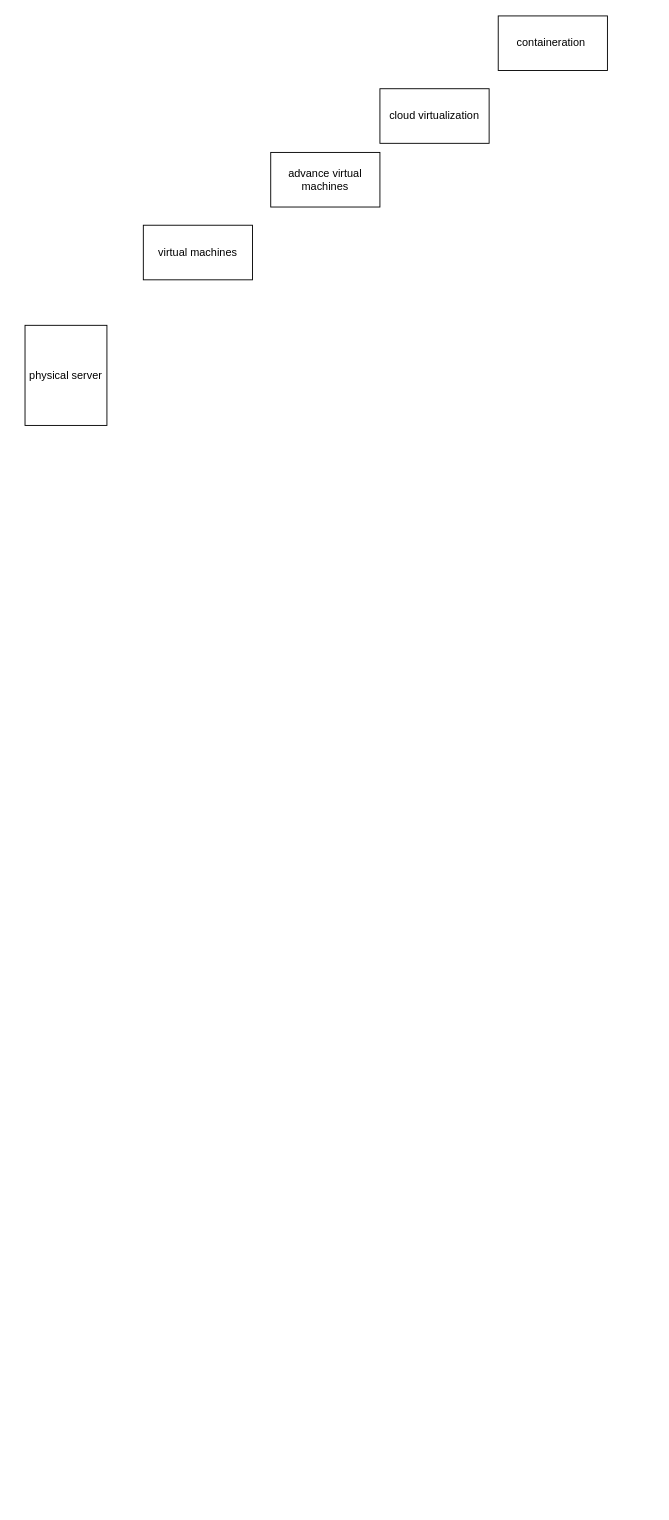
Before: devops_17Aug2022.drawio in gp-svc/draw_io, a draw.io diagram. Source tidied: cells renumbered, new cells numbered last; positions are measured from the earlier drawing's top-left corner, leaving out a move shared by most shapes. Both pictures are drawn from the tidied source at 91%, with x=0, y=0 at pixel (25, 15).
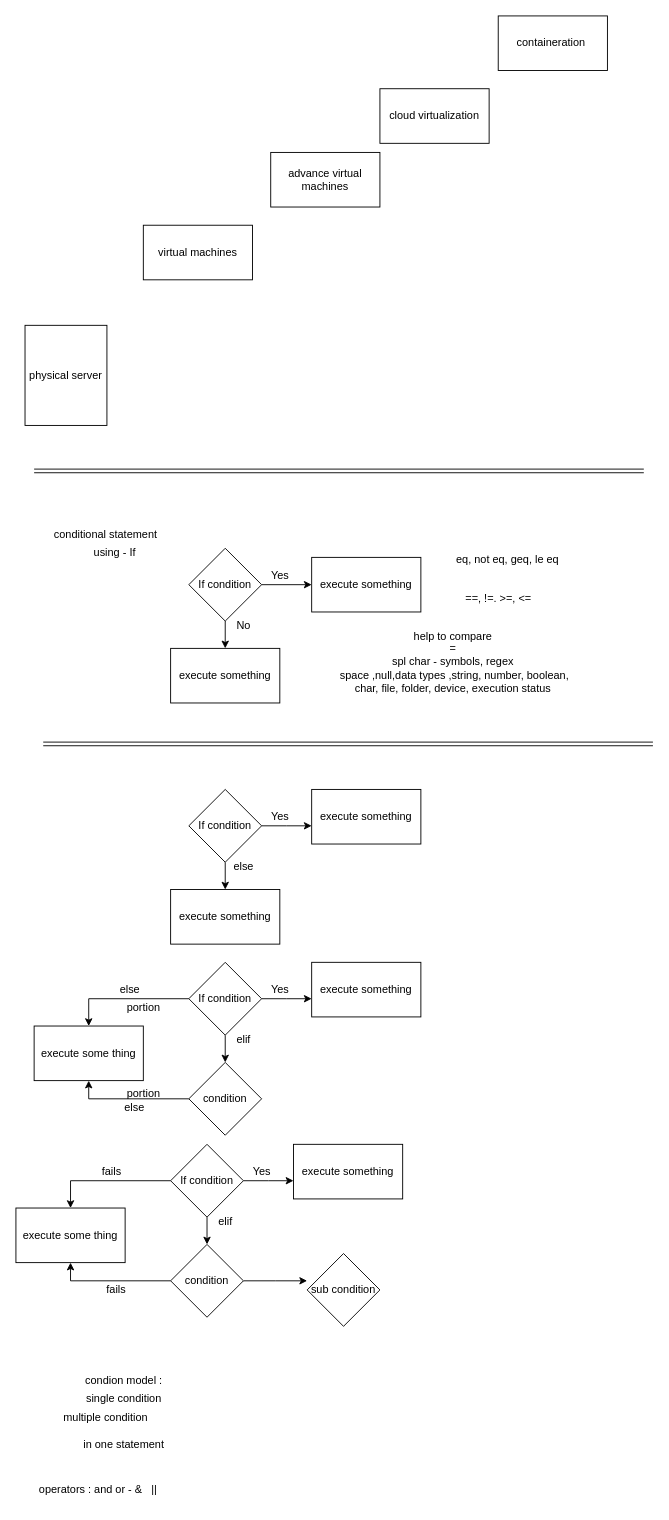
Above is the later version.

What changed in the source:
```diff
@@
+    <mxCell id="7" style="shape=link;html=1;rounded=0;" parent="1" edge="1">
+      <mxGeometry relative="1" as="geometry">
+        <mxPoint x="10" y="500" as="sourcePoint" />
+        <mxPoint x="680" y="500" as="targetPoint" />
+      </mxGeometry>
+    </mxCell>
+    <mxCell id="8" value="conditional statement&amp;nbsp;" style="text;html=1;align=center;verticalAlign=middle;strokeColor=none;fillColor=none;" parent="1" vertex="1">
+      <mxGeometry x="20" y="555" width="140" height="30" as="geometry" />
+    </mxCell>
+    <mxCell id="9" value="using - If&amp;nbsp;" style="text;html=1;align=center;verticalAlign=middle;strokeColor=none;fillColor=none;" parent="1" vertex="1">
+      <mxGeometry x="65" y="575" width="70" height="30" as="geometry" />
+    </mxCell>
+    <mxCell id="10" style="edgeStyle=orthogonalEdgeStyle;rounded=0;jettySize=auto;html=1;exitX=1;exitY=0.5;exitDx=0;exitDy=0;" parent="1" edge="1" source="12" target="14">
+      <mxGeometry relative="1" as="geometry" />
+    </mxCell>
+    <mxCell id="11" style="edgeStyle=orthogonalEdgeStyle;rounded=0;jettySize=auto;html=1;exitX=0.5;exitY=1;exitDx=0;exitDy=0;entryX=0.5;entryY=0;entryDx=0;entryDy=0;" parent="1" edge="1" source="12" target="13">
+      <mxGeometry relative="1" as="geometry" />
+    </mxCell>
+    <mxCell id="12" value="If condition" style="rhombus;whiteSpace=wrap;html=1;" parent="1" vertex="1">
+      <mxGeometry x="180" y="585" width="80" height="80" as="geometry" />
+    </mxCell>
+    <mxCell id="13" value="execute something" style="whiteSpace=wrap;html=1;" parent="1" vertex="1">
+      <mxGeometry x="160" y="695" width="120" height="60" as="geometry" />
+    </mxCell>
+    <mxCell id="14" value="execute something" style="whiteSpace=wrap;html=1;" parent="1" vertex="1">
+      <mxGeometry x="315" y="595" width="120" height="60" as="geometry" />
+    </mxCell>
+    <mxCell id="15" value="Yes" style="text;html=1;align=center;verticalAlign=middle;strokeColor=none;fillColor=none;" parent="1" vertex="1">
+      <mxGeometry x="260" y="600" width="40" height="30" as="geometry" />
+    </mxCell>
+    <mxCell id="16" value="No" style="text;html=1;align=center;verticalAlign=middle;strokeColor=none;fillColor=none;" parent="1" vertex="1">
+      <mxGeometry x="220" y="655" width="40" height="30" as="geometry" />
+    </mxCell>
+    <mxCell id="17" value="eq, not eq, geq, le eq&lt;br&gt;&lt;br&gt;" style="text;html=1;align=center;verticalAlign=middle;strokeColor=none;fillColor=none;" parent="1" vertex="1">
+      <mxGeometry x="460" y="585" width="140" height="40" as="geometry" />
+    </mxCell>
+    <mxCell id="18" value="==, !=. &amp;gt;=, &amp;lt;=" style="text;html=1;align=center;verticalAlign=middle;strokeColor=none;fillColor=none;" parent="1" vertex="1">
+      <mxGeometry x="470" y="625" width="100" height="30" as="geometry" />
+    </mxCell>
+    <mxCell id="19" value="help to compare &lt;br&gt;=&lt;br&gt;spl char - symbols, regex&lt;br&gt;&amp;nbsp;space ,null,data types ,string, number, boolean, &lt;br&gt;char, file, folder, device, execution status" style="text;html=1;align=center;verticalAlign=middle;strokeColor=none;fillColor=none;" parent="1" vertex="1">
+      <mxGeometry x="330" y="665" width="280" height="90" as="geometry" />
+    </mxCell>
+    <mxCell id="20" style="shape=link;html=1;rounded=0;" parent="1" edge="1">
+      <mxGeometry relative="1" as="geometry">
+        <mxPoint x="20" y="800" as="sourcePoint" />
+        <mxPoint x="690" y="800" as="targetPoint" />
+      </mxGeometry>
+    </mxCell>
+    <mxCell id="21" style="edgeStyle=orthogonalEdgeStyle;rounded=0;jettySize=auto;html=1;exitX=1;exitY=0.5;exitDx=0;exitDy=0;" parent="1" edge="1" source="23">
+      <mxGeometry relative="1" as="geometry">
+        <mxPoint x="315" y="890" as="targetPoint" />
+      </mxGeometry>
+    </mxCell>
+    <mxCell id="22" style="edgeStyle=orthogonalEdgeStyle;rounded=0;jettySize=auto;html=1;exitX=0.5;exitY=1;exitDx=0;exitDy=0;entryX=0.5;entryY=0;entryDx=0;entryDy=0;" parent="1" edge="1" source="23" target="24">
+      <mxGeometry relative="1" as="geometry" />
+    </mxCell>
+    <mxCell id="23" value="If condition" style="rhombus;whiteSpace=wrap;html=1;" parent="1" vertex="1">
+      <mxGeometry x="180" y="850" width="80" height="80" as="geometry" />
+    </mxCell>
+    <mxCell id="24" value="execute something" style="whiteSpace=wrap;html=1;" parent="1" vertex="1">
+      <mxGeometry x="160" y="960" width="120" height="60" as="geometry" />
+    </mxCell>
+    <mxCell id="25" value="Yes" style="text;html=1;align=center;verticalAlign=middle;strokeColor=none;fillColor=none;" parent="1" vertex="1">
+      <mxGeometry x="260" y="865" width="40" height="30" as="geometry" />
+    </mxCell>
+    <mxCell id="26" value="else" style="text;html=1;align=center;verticalAlign=middle;strokeColor=none;fillColor=none;" parent="1" vertex="1">
+      <mxGeometry x="215" y="920" width="50" height="30" as="geometry" />
+    </mxCell>
+    <mxCell id="27" value="execute something" style="whiteSpace=wrap;html=1;" parent="1" vertex="1">
+      <mxGeometry x="315" y="850" width="120" height="60" as="geometry" />
+    </mxCell>
+    <mxCell id="28" style="edgeStyle=orthogonalEdgeStyle;rounded=0;jettySize=auto;html=1;exitX=1;exitY=0.5;exitDx=0;exitDy=0;" parent="1" edge="1" source="31">
+      <mxGeometry relative="1" as="geometry">
+        <mxPoint x="315" y="1080" as="targetPoint" />
+      </mxGeometry>
+    </mxCell>
+    <mxCell id="29" style="edgeStyle=orthogonalEdgeStyle;rounded=0;jettySize=auto;html=1;exitX=0.5;exitY=1;exitDx=0;exitDy=0;entryX=0.5;entryY=0;entryDx=0;entryDy=0;" parent="1" edge="1" source="31">
+      <mxGeometry relative="1" as="geometry">
+        <mxPoint x="220" y="1150" as="targetPoint" />
+      </mxGeometry>
+    </mxCell>
+    <mxCell id="30" style="edgeStyle=orthogonalEdgeStyle;rounded=0;jettySize=auto;html=1;exitX=0;exitY=0.5;exitDx=0;exitDy=0;entryX=0.5;entryY=0;entryDx=0;entryDy=0;" parent="1" edge="1" source="31" target="37">
+      <mxGeometry relative="1" as="geometry" />
+    </mxCell>
+    <mxCell id="31" value="If condition" style="rhombus;whiteSpace=wrap;html=1;" parent="1" vertex="1">
+      <mxGeometry x="180" y="1040" width="80" height="80" as="geometry" />
+    </mxCell>
+    <mxCell id="32" value="Yes" style="text;html=1;align=center;verticalAlign=middle;strokeColor=none;fillColor=none;" parent="1" vertex="1">
+      <mxGeometry x="260" y="1055" width="40" height="30" as="geometry" />
+    </mxCell>
+    <mxCell id="33" value="elif" style="text;html=1;align=center;verticalAlign=middle;strokeColor=none;fillColor=none;" parent="1" vertex="1">
+      <mxGeometry x="220" y="1110" width="40" height="30" as="geometry" />
+    </mxCell>
+    <mxCell id="34" value="execute something" style="whiteSpace=wrap;html=1;" parent="1" vertex="1">
+      <mxGeometry x="315" y="1040" width="120" height="60" as="geometry" />
+    </mxCell>
+    <mxCell id="35" style="edgeStyle=orthogonalEdgeStyle;rounded=0;jettySize=auto;html=1;entryX=0.5;entryY=1;entryDx=0;entryDy=0;" parent="1" edge="1" source="36" target="37">
+      <mxGeometry relative="1" as="geometry" />
+    </mxCell>
+    <mxCell id="36" value="condition" style="rhombus;whiteSpace=wrap;html=1;" parent="1" vertex="1">
+      <mxGeometry x="180" y="1150" width="80" height="80" as="geometry" />
+    </mxCell>
+    <mxCell id="37" value="execute some thing" style="whiteSpace=wrap;html=1;" parent="1" vertex="1">
+      <mxGeometry x="10" y="1110" width="120" height="60" as="geometry" />
+    </mxCell>
+    <mxCell id="38" value="else" style="text;html=1;align=center;verticalAlign=middle;strokeColor=none;fillColor=none;" parent="1" vertex="1">
+      <mxGeometry x="90" y="1055" width="50" height="30" as="geometry" />
+    </mxCell>
+    <mxCell id="39" value="else" style="text;html=1;align=center;verticalAlign=middle;strokeColor=none;fillColor=none;" parent="1" vertex="1">
+      <mxGeometry x="95" y="1185" width="50" height="30" as="geometry" />
+    </mxCell>
+    <mxCell id="40" style="edgeStyle=orthogonalEdgeStyle;rounded=0;jettySize=auto;html=1;exitX=1;exitY=0.5;exitDx=0;exitDy=0;" parent="1" edge="1" source="43">
+      <mxGeometry relative="1" as="geometry">
+        <mxPoint x="295" y="1280" as="targetPoint" />
+      </mxGeometry>
+    </mxCell>
+    <mxCell id="41" style="edgeStyle=orthogonalEdgeStyle;rounded=0;jettySize=auto;html=1;exitX=0.5;exitY=1;exitDx=0;exitDy=0;entryX=0.5;entryY=0;entryDx=0;entryDy=0;" parent="1" edge="1" source="43">
+      <mxGeometry relative="1" as="geometry">
+        <mxPoint x="200" y="1350" as="targetPoint" />
+      </mxGeometry>
+    </mxCell>
+    <mxCell id="42" style="edgeStyle=orthogonalEdgeStyle;rounded=0;jettySize=auto;html=1;exitX=0;exitY=0.5;exitDx=0;exitDy=0;entryX=0.5;entryY=0;entryDx=0;entryDy=0;" parent="1" edge="1" source="43" target="50">
+      <mxGeometry relative="1" as="geometry" />
+    </mxCell>
+    <mxCell id="43" value="If condition" style="rhombus;whiteSpace=wrap;html=1;" parent="1" vertex="1">
+      <mxGeometry x="160" y="1240" width="80" height="80" as="geometry" />
+    </mxCell>
+    <mxCell id="44" value="Yes" style="text;html=1;align=center;verticalAlign=middle;strokeColor=none;fillColor=none;" parent="1" vertex="1">
+      <mxGeometry x="240" y="1255" width="40" height="30" as="geometry" />
+    </mxCell>
+    <mxCell id="45" value="elif" style="text;html=1;align=center;verticalAlign=middle;strokeColor=none;fillColor=none;" parent="1" vertex="1">
+      <mxGeometry x="200" y="1310" width="40" height="30" as="geometry" />
+    </mxCell>
+    <mxCell id="46" value="execute something" style="whiteSpace=wrap;html=1;" parent="1" vertex="1">
+      <mxGeometry x="295" y="1240" width="120" height="60" as="geometry" />
+    </mxCell>
+    <mxCell id="47" style="edgeStyle=orthogonalEdgeStyle;rounded=0;jettySize=auto;html=1;entryX=0.5;entryY=1;entryDx=0;entryDy=0;" parent="1" edge="1" source="49" target="50">
+      <mxGeometry relative="1" as="geometry" />
+    </mxCell>
+    <mxCell id="48" style="edgeStyle=orthogonalEdgeStyle;rounded=0;jettySize=auto;html=1;" parent="1" edge="1" source="49">
+      <mxGeometry relative="1" as="geometry">
+        <mxPoint x="310" y="1390" as="targetPoint" />
+      </mxGeometry>
+    </mxCell>
+    <mxCell id="49" value="condition" style="rhombus;whiteSpace=wrap;html=1;" parent="1" vertex="1">
+      <mxGeometry x="160" y="1350" width="80" height="80" as="geometry" />
+    </mxCell>
+    <mxCell id="50" value="execute some thing" style="whiteSpace=wrap;html=1;" parent="1" vertex="1">
+      <mxGeometry x="-10" y="1310" width="120" height="60" as="geometry" />
+    </mxCell>
+    <mxCell id="51" value="fails" style="text;html=1;align=center;verticalAlign=middle;strokeColor=none;fillColor=none;" parent="1" vertex="1">
+      <mxGeometry x="75" y="1255" width="40" height="30" as="geometry" />
+    </mxCell>
+    <mxCell id="52" value="fails" style="text;html=1;align=center;verticalAlign=middle;strokeColor=none;fillColor=none;" parent="1" vertex="1">
+      <mxGeometry x="80" y="1385" width="40" height="30" as="geometry" />
+    </mxCell>
+    <mxCell id="53" value="sub condition" style="rhombus;whiteSpace=wrap;html=1;" parent="1" vertex="1">
+      <mxGeometry x="310" y="1360" width="80" height="80" as="geometry" />
+    </mxCell>
+    <mxCell id="54" value="portion" style="text;html=1;align=center;verticalAlign=middle;strokeColor=none;fillColor=none;" parent="1" vertex="1">
+      <mxGeometry x="100" y="1075" width="60" height="30" as="geometry" />
+    </mxCell>
+    <mxCell id="55" value="portion" style="text;html=1;align=center;verticalAlign=middle;strokeColor=none;fillColor=none;" parent="1" vertex="1">
+      <mxGeometry x="100" y="1170" width="60" height="30" as="geometry" />
+    </mxCell>
+    <mxCell id="56" value="condion model :&amp;nbsp;" style="text;html=1;align=center;verticalAlign=middle;strokeColor=none;fillColor=none;" parent="1" vertex="1">
+      <mxGeometry x="55" y="1485" width="110" height="30" as="geometry" />
+    </mxCell>
+    <mxCell id="57" value="single condition&amp;nbsp;" style="text;html=1;align=center;verticalAlign=middle;strokeColor=none;fillColor=none;" parent="1" vertex="1">
+      <mxGeometry x="55" y="1505" width="110" height="30" as="geometry" />
+    </mxCell>
+    <mxCell id="58" value="multiple condition&amp;nbsp;" style="text;html=1;align=center;verticalAlign=middle;strokeColor=none;fillColor=none;" parent="1" vertex="1">
+      <mxGeometry x="30" y="1525" width="120" height="30" as="geometry" />
+    </mxCell>
+    <mxCell id="59" value="in one statement&amp;nbsp;" style="text;html=1;align=center;verticalAlign=middle;strokeColor=none;fillColor=none;" parent="1" vertex="1">
+      <mxGeometry x="50" y="1555" width="120" height="30" as="geometry" />
+    </mxCell>
+    <mxCell id="60" value="operators : and or - &amp;amp;&amp;nbsp; &amp;nbsp;||" style="text;html=1;align=center;verticalAlign=middle;strokeColor=none;fillColor=none;" parent="1" vertex="1">
+      <mxGeometry x="5" y="1605" width="150" height="30" as="geometry" />
+    </mxCell>
```
